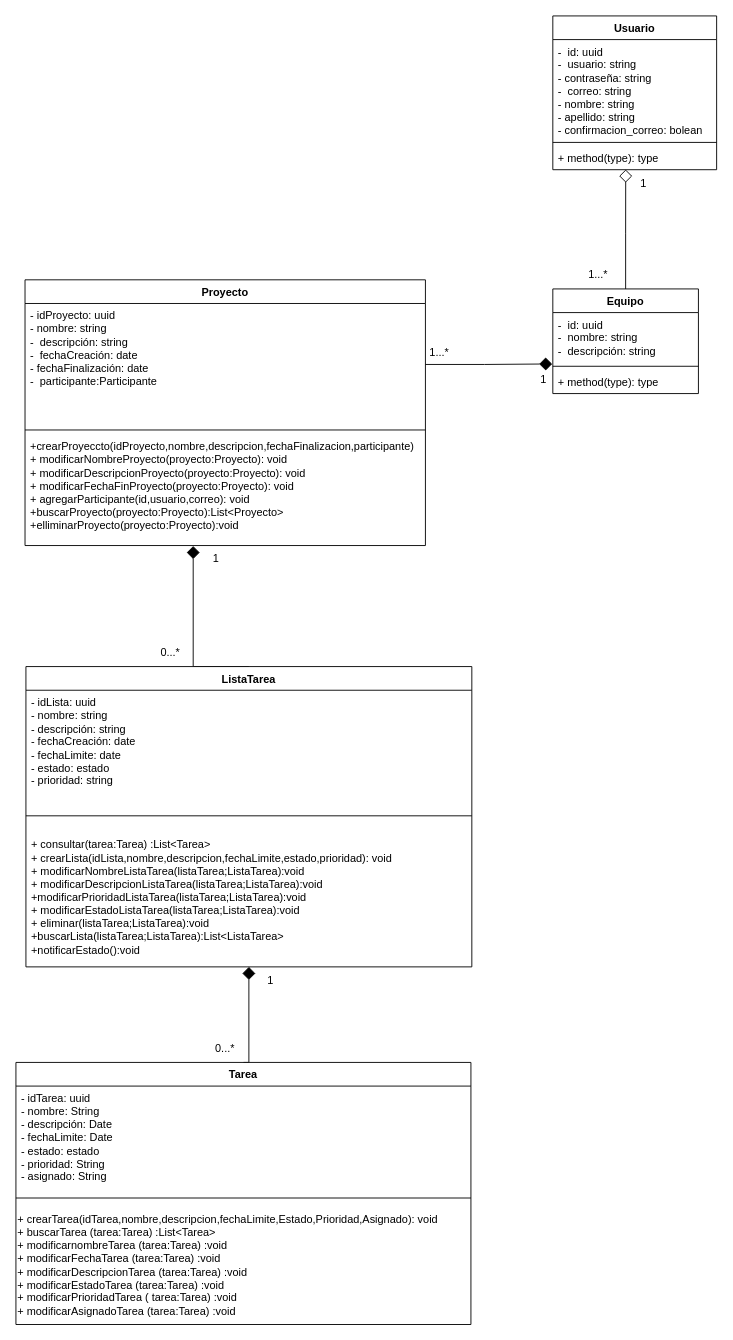
The draw.io diagram page "DiagramaClases8a" (16 of 16) of CoTasker_BoundedContext.drawio in Migue1409-KP/DOO-working-group, before the edit. Source tidied: cells renumbered, new cells numbered last; positions are measured from the earlier drawing's top-left corner, leaving out a move shared by most shapes. Both pictures are drawn from the tidied source at 91%, with x=0, y=0 at pixel (15, 15).
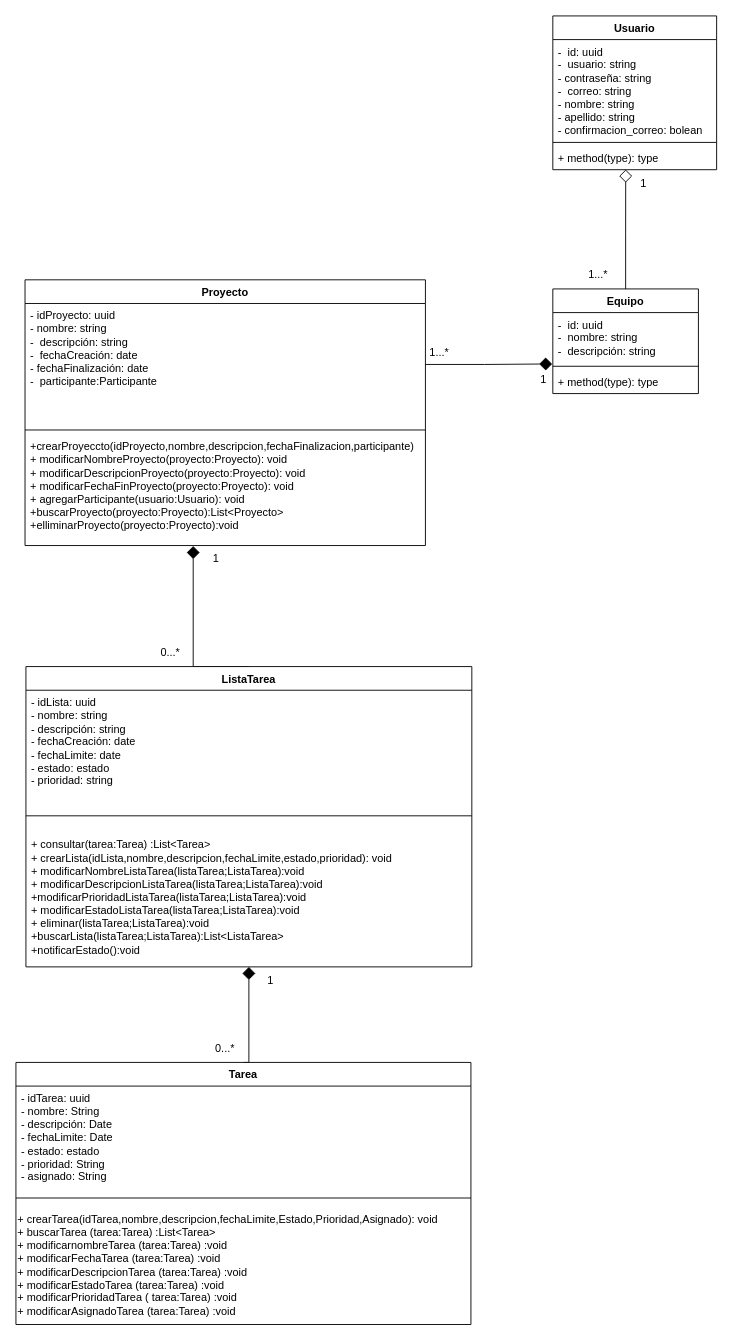
The same diagram, later.

Unchanged cells that the change refers to:
```xml
<mxCell id="11" value="Proyecto" style="swimlane;fontStyle=1;align=center;verticalAlign=top;horizontal=1;startSize=26;whiteSpace=wrap;html=1;" parent="1" vertex="1">
  <mxGeometry x="10" y="290" width="440" height="292" as="geometry" />
</mxCell>
```

Change to the diagram source:
```diff
@@
-    <mxCell id="14" value="+crearProyeccto(idProyecto,nombre,descripcion,fechaFinalizacion,participante)&lt;br&gt;+ modificarNombreProyecto(proyecto:Proyecto): void&lt;br style=&quot;border-color: var(--border-color);&quot;&gt;+ modificarDescripcionProyecto(proyecto:Proyecto): void&lt;br style=&quot;border-color: var(--border-color);&quot;&gt;+ modificarFechaFinProyecto(proyecto:Proyecto): void&lt;br style=&quot;border-color: var(--border-color);&quot;&gt;+ agregarParticipante(id,usuario,correo): void&lt;br style=&quot;border-color: var(--border-color);&quot;&gt;+buscarProyecto(proyecto:Proyecto):List&amp;lt;Proyecto&amp;gt;&lt;br style=&quot;border-color: var(--border-color);&quot;&gt;+elliminarProyecto(proyecto:Proyecto):void" style="text;strokeColor=none;fillColor=none;align=left;verticalAlign=top;spacingLeft=4;spacingRight=4;overflow=hidden;points=[[0,0.5],[1,0.5]];portConstraint=eastwest;whiteSpace=wrap;html=1;" parent="11" vertex="1">
+    <mxCell id="14" value="+crearProyeccto(idProyecto,nombre,descripcion,fechaFinalizacion,participante)&lt;br&gt;+ modificarNombreProyecto(proyecto:Proyecto): void&lt;br style=&quot;border-color: var(--border-color);&quot;&gt;+ modificarDescripcionProyecto(proyecto:Proyecto): void&lt;br style=&quot;border-color: var(--border-color);&quot;&gt;+ modificarFechaFinProyecto(proyecto:Proyecto): void&lt;br style=&quot;border-color: var(--border-color);&quot;&gt;+ agregarParticipante(usuario:Usuario): void&lt;br style=&quot;border-color: var(--border-color);&quot;&gt;+buscarProyecto(proyecto:Proyecto):List&amp;lt;Proyecto&amp;gt;&lt;br style=&quot;border-color: var(--border-color);&quot;&gt;+elliminarProyecto(proyecto:Proyecto):void" style="text;strokeColor=none;fillColor=none;align=left;verticalAlign=top;spacingLeft=4;spacingRight=4;overflow=hidden;points=[[0,0.5],[1,0.5]];portConstraint=eastwest;whiteSpace=wrap;html=1;" parent="11" vertex="1">
       <mxGeometry y="170" width="440" height="122" as="geometry" />
     </mxCell>
```
